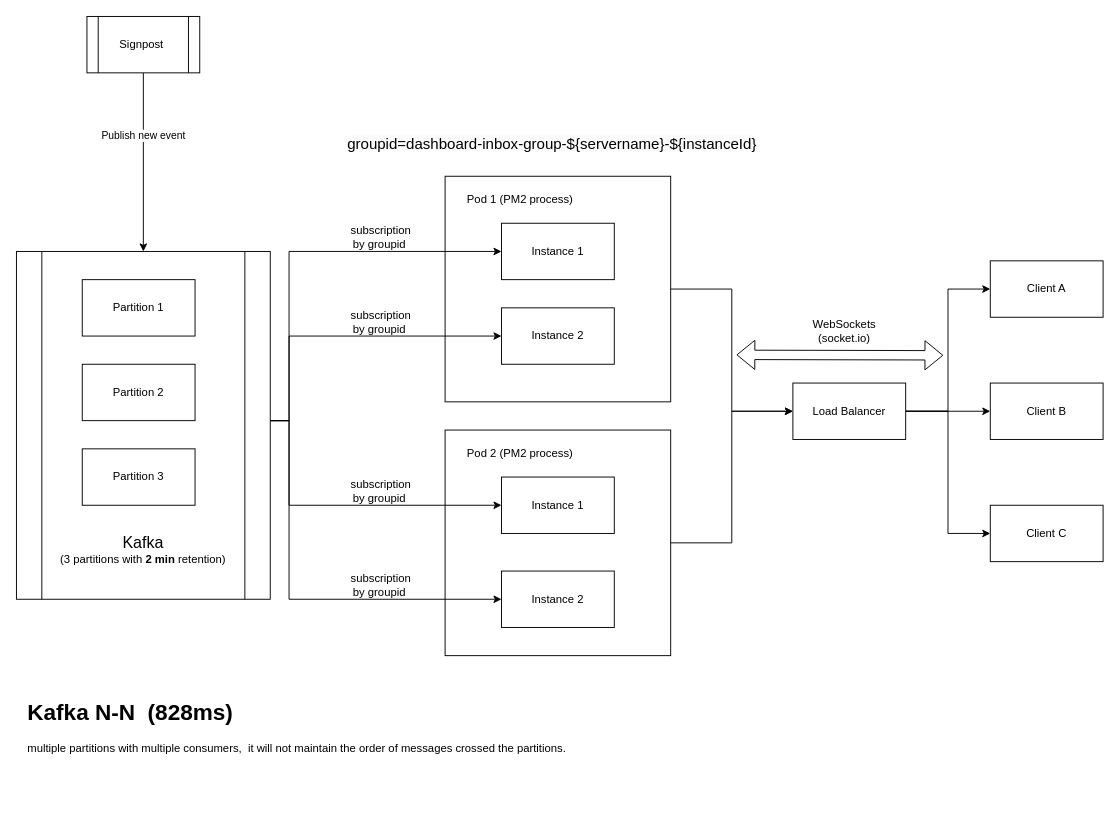
Before: page "Kafka n-n" (4 of 5) of hppd-Inbox.drawio in half-6/workflow, a draw.io diagram. Source tidied: cells renumbered, new cells numbered last; positions are measured from the earlier drawing's top-left corner, leaving out a move shared by most shapes. Both pictures are drawn from the tidied source at 94%, with x=0, y=0 at pixel (16, 16).
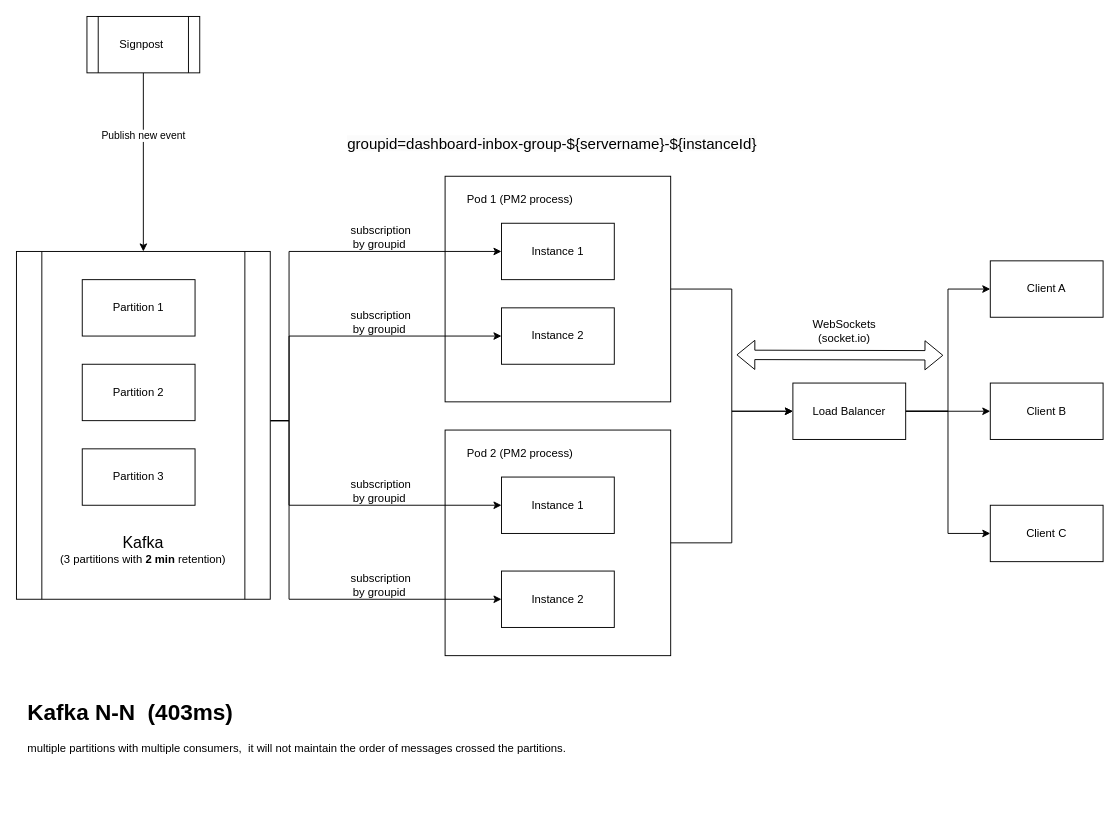
The same page after the edit.

Diff of the diagram source:
```diff
@@
-    <mxCell id="39" value="&lt;h1 style=&quot;margin-top: 0px;&quot;&gt;Kafka N-N&amp;nbsp; (828ms)&lt;/h1&gt;&lt;p&gt;multiple partitions with multiple consumers,&amp;nbsp; it will not maintain the order of messages crossed the partitions.&amp;nbsp; &amp;nbsp;&lt;/p&gt;" style="text;html=1;whiteSpace=wrap;overflow=hidden;rounded=0;" parent="1" vertex="1">
+    <mxCell id="39" value="&lt;h1 style=&quot;margin-top: 0px;&quot;&gt;Kafka N-N&amp;nbsp; (403ms)&lt;/h1&gt;&lt;p&gt;multiple partitions with multiple consumers,&amp;nbsp; it will not maintain the order of messages crossed the partitions.&amp;nbsp; &amp;nbsp;&lt;/p&gt;" style="text;html=1;whiteSpace=wrap;overflow=hidden;rounded=0;" parent="1" vertex="1">
       <mxGeometry x="10" y="720" width="650" height="120" as="geometry" />
     </mxCell>
```
